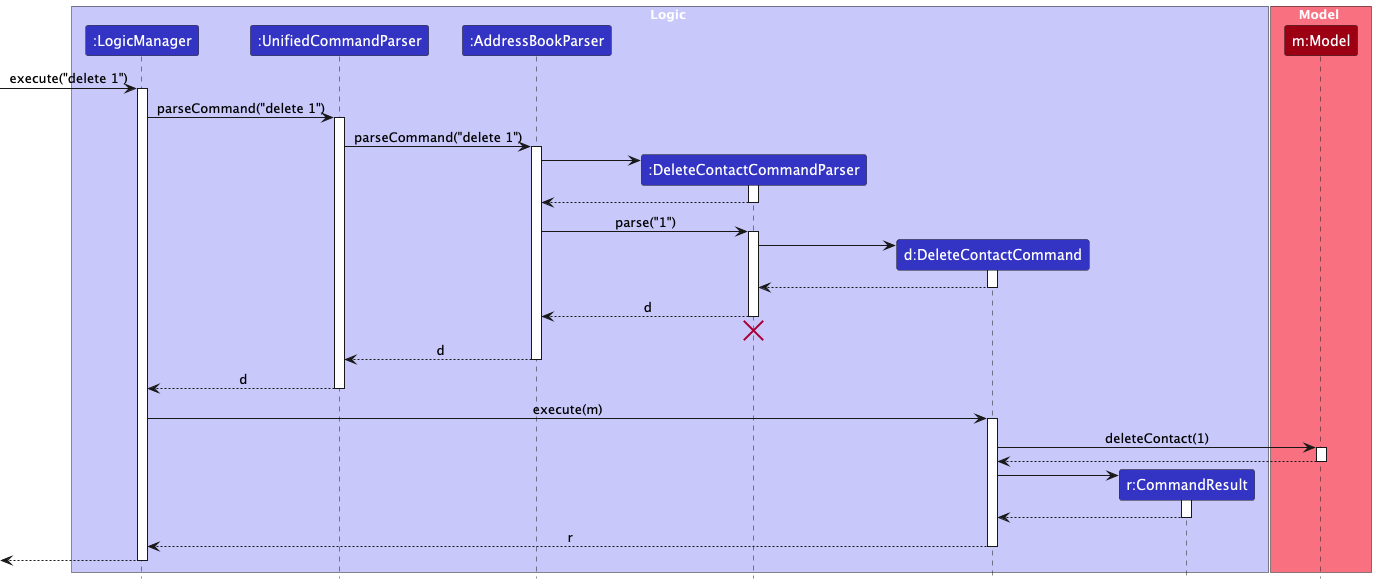
Earlier version of the PlantUML export docs/images/DeleteSequenceDiagram.png (inzk0518/tp). Source of this version:
```plantuml
@startuml
!include style.puml
skinparam ArrowFontStyle plain

box Logic LOGIC_COLOR_T1
participant ":LogicManager" as LogicManager LOGIC_COLOR
participant ":UnifiedCommandParser" as UnifiedCommandParser LOGIC_COLOR
participant ":AddressBookParser" as AddressBookParser LOGIC_COLOR
participant ":DeleteContactCommandParser" as DeleteContactCommandParser LOGIC_COLOR
participant "d:DeleteContactCommand" as DeleteContactCommand LOGIC_COLOR
participant "r:CommandResult" as CommandResult LOGIC_COLOR
end box

box Model MODEL_COLOR_T1
participant "m:Model" as Model MODEL_COLOR
end box

[-> LogicManager : execute("delete 1")
activate LogicManager

LogicManager -> UnifiedCommandParser : parseCommand("delete 1")
activate UnifiedCommandParser

UnifiedCommandParser -> AddressBookParser : parseCommand("delete 1")
activate AddressBookParser

create DeleteContactCommandParser
AddressBookParser -> DeleteContactCommandParser
activate DeleteContactCommandParser

DeleteContactCommandParser --> AddressBookParser
deactivate DeleteContactCommandParser

AddressBookParser -> DeleteContactCommandParser : parse("1")
activate DeleteContactCommandParser

create DeleteContactCommand
DeleteContactCommandParser -> DeleteContactCommand
activate DeleteContactCommand

DeleteContactCommand --> DeleteContactCommandParser :
deactivate DeleteContactCommand

DeleteContactCommandParser --> AddressBookParser : d
deactivate DeleteContactCommandParser
DeleteContactCommandParser -[hidden]-> AddressBookParser
destroy DeleteContactCommandParser

AddressBookParser --> UnifiedCommandParser : d
deactivate AddressBookParser

UnifiedCommandParser --> LogicManager : d
deactivate UnifiedCommandParser

LogicManager -> DeleteContactCommand : execute(m)
activate DeleteContactCommand

DeleteContactCommand -> Model : deleteContact(1)
activate Model

Model --> DeleteContactCommand
deactivate Model

create CommandResult
DeleteContactCommand -> CommandResult
activate CommandResult

CommandResult --> DeleteContactCommand
deactivate CommandResult

DeleteContactCommand --> LogicManager : r
deactivate DeleteContactCommand

[<--LogicManager
deactivate LogicManager
@enduml
```
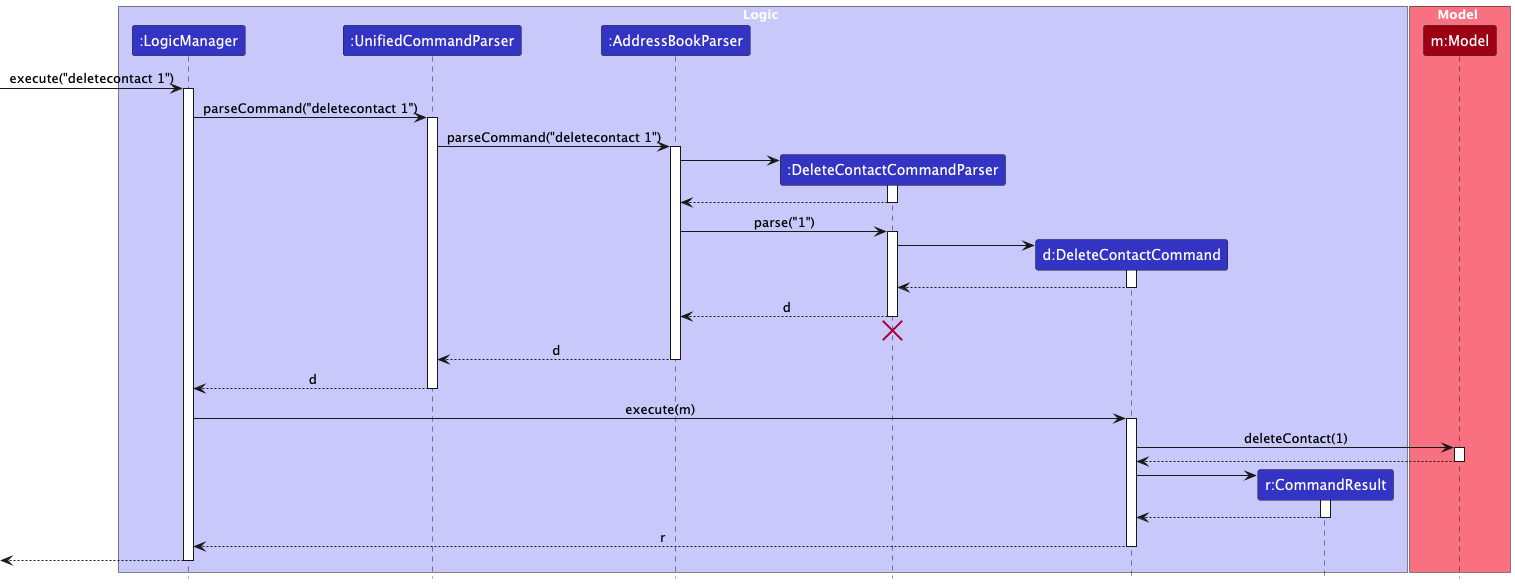
Later version of the same file.

Change to the diagram source:
```diff
@@ -15,13 +15,13 @@
 participant "m:Model" as Model MODEL_COLOR
 end box
 
-[-> LogicManager : execute("delete 1")
+[-> LogicManager : execute("deletecontact 1")
 activate LogicManager
 
-LogicManager -> UnifiedCommandParser : parseCommand("delete 1")
+LogicManager -> UnifiedCommandParser : parseCommand("deletecontact 1")
 activate UnifiedCommandParser
 
-UnifiedCommandParser -> AddressBookParser : parseCommand("delete 1")
+UnifiedCommandParser -> AddressBookParser : parseCommand("deletecontact 1")
 activate AddressBookParser
 
 create DeleteContactCommandParser
```
